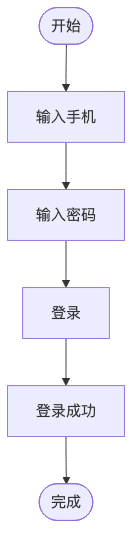
Before: docs/images/case_login.png, a diagram exported from Mermaid (umeiko/Flowchart-cli). Its source is kept beside it as docs/images/case_login.mmd. The source it was exported from:
```mermaid
flowchart TD
    start_node([开始]) --> input_phone[输入手机]
    input_phone --> input_pwd[输入密码]
    input_pwd --> login_action[登录]
    login_action --> login_success[登录成功]
    login_success --> finish_node([完成])
```
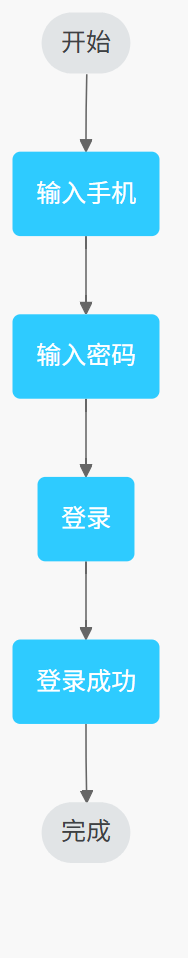
The same diagram one commit later.

Change to the diagram source:
```diff
@@ -1,6 +1,9 @@
+%%{init: {'theme': 'base', 'themeVariables': {'primaryColor': '#F5F8FF', 'primaryTextColor': '#3E4144', 'primaryBorderColor': 'transparent', 'lineColor': '#666666', 'secondaryColor': '#D2E6FA', 'tertiaryColor': '#F5F8FF', 'clusterBkg': '#D2E6FA', 'clusterBorder': '#666666', 'edgeLabelBackground': '#F8F8F8'}}}%%
 flowchart TD
-    start_node([开始]) --> input_phone[输入手机]
-    input_phone --> input_pwd[输入密码]
-    input_pwd --> login_action[登录]
-    login_action --> login_success[登录成功]
-    login_success --> finish_node([完成])
+    classDef terminal fill:#E1E4E6,color:#3E4144,stroke-width:0
+    classDef required fill:#2ECBFF,color:#FFFFFF,stroke-width:0
+    start([开始]):::terminal --> input_phone(输入手机):::required
+    input_phone --> input_password(输入密码):::required
+    input_password --> login(登录):::required
+    login --> success(登录成功):::required
+    success --> done([完成]):::terminal
```
